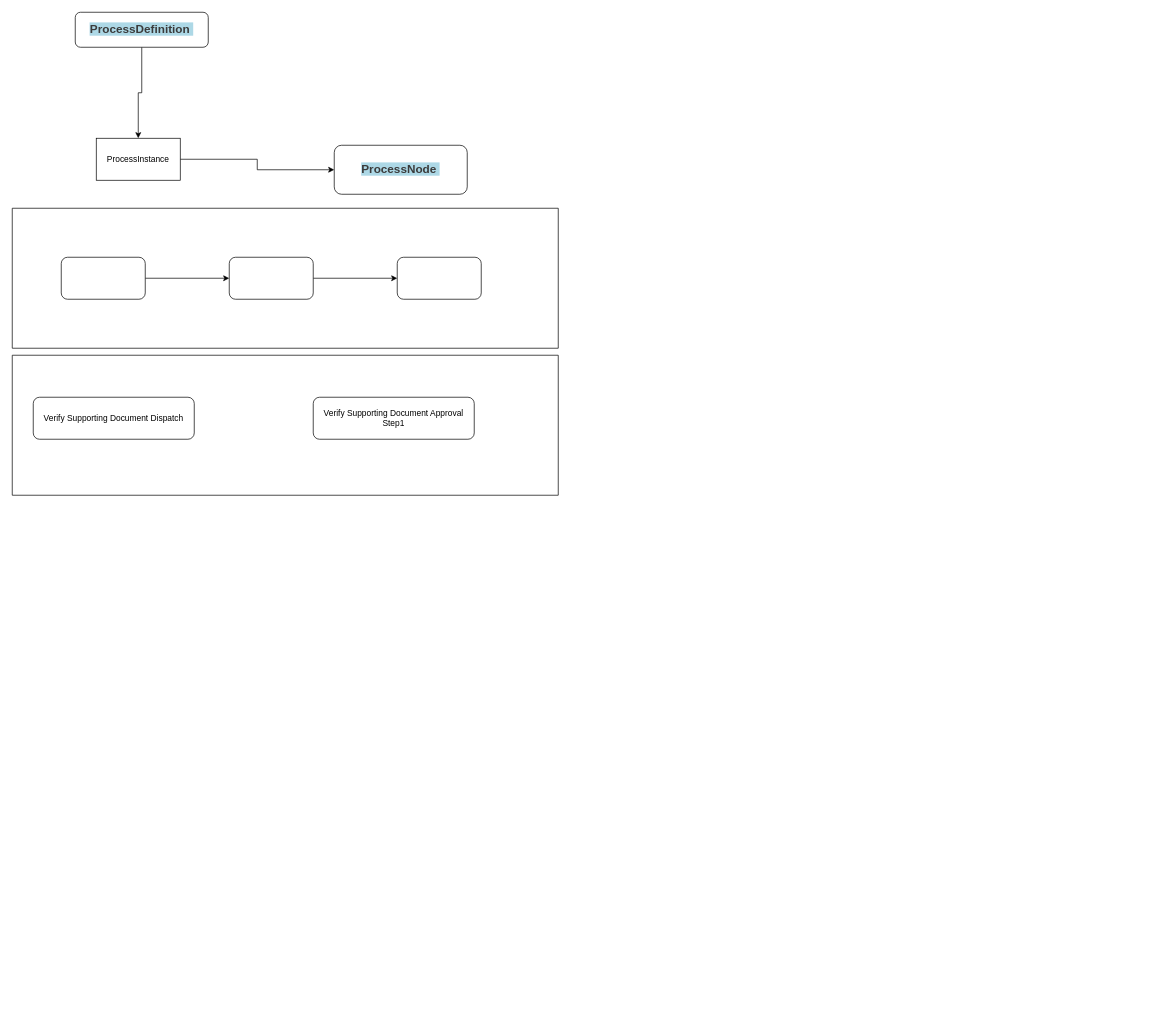
The draw.io diagram process.drawio in chenshengwei1/learning, before the edit. Source tidied: cells renumbered, new cells numbered last; positions are measured from the earlier drawing's top-left corner, leaving out a move shared by most shapes. Both pictures are drawn from the tidied source at 70%, with x=0, y=0 at pixel (12, 12).
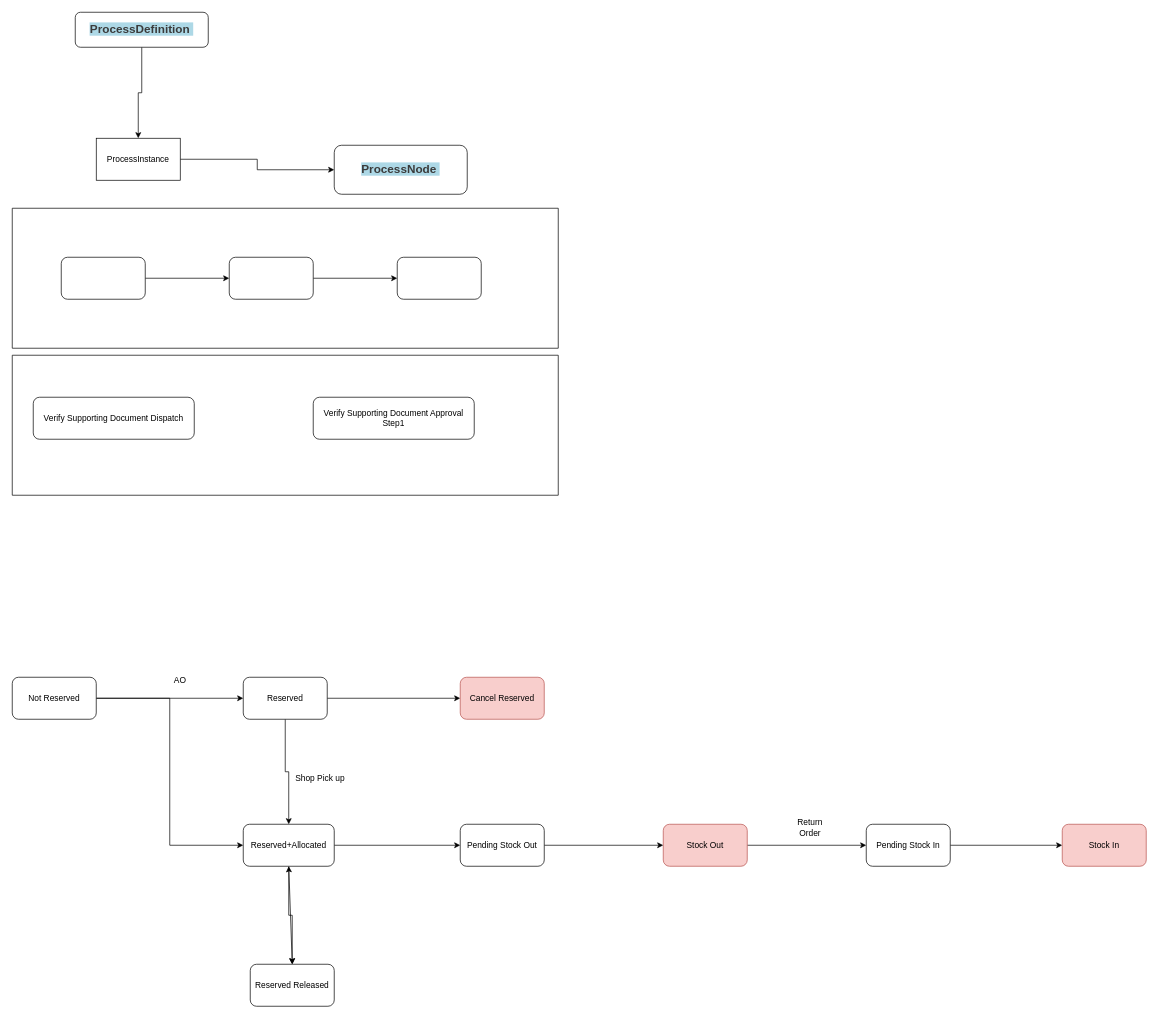
The same page after the edit.

Change to the diagram source:
```diff
@@
+    <mxCell id="16" style="edgeStyle=orthogonalEdgeStyle;rounded=0;jettySize=auto;html=1;" parent="1" edge="1" source="18" target="21">
+      <mxGeometry relative="1" as="geometry" />
+    </mxCell>
+    <mxCell id="17" style="edgeStyle=orthogonalEdgeStyle;rounded=0;jettySize=auto;html=1;entryX=0;entryY=0.5;entryDx=0;entryDy=0;" parent="1" edge="1" source="18" target="24">
+      <mxGeometry relative="1" as="geometry" />
+    </mxCell>
+    <mxCell id="18" value="Not Reserved" style="rounded=1;whiteSpace=wrap;html=1;" parent="1" vertex="1">
+      <mxGeometry y="950" width="120" height="60" as="geometry" />
+    </mxCell>
+    <mxCell id="19" style="edgeStyle=orthogonalEdgeStyle;rounded=0;jettySize=auto;html=1;entryX=0.5;entryY=0;entryDx=0;entryDy=0;" parent="1" edge="1" source="21" target="24">
+      <mxGeometry relative="1" as="geometry" />
+    </mxCell>
+    <mxCell id="20" style="edgeStyle=orthogonalEdgeStyle;rounded=0;jettySize=auto;html=1;entryX=0;entryY=0.5;entryDx=0;entryDy=0;" parent="1" edge="1" source="21" target="31">
+      <mxGeometry relative="1" as="geometry" />
+    </mxCell>
+    <mxCell id="21" value="Reserved" style="rounded=1;whiteSpace=wrap;html=1;" parent="1" vertex="1">
+      <mxGeometry x="330" y="950" width="120" height="60" as="geometry" />
+    </mxCell>
+    <mxCell id="22" style="edgeStyle=orthogonalEdgeStyle;rounded=0;jettySize=auto;html=1;entryX=0;entryY=0.5;entryDx=0;entryDy=0;" parent="1" edge="1" source="24" target="30">
+      <mxGeometry relative="1" as="geometry" />
+    </mxCell>
+    <mxCell id="23" style="edgeStyle=orthogonalEdgeStyle;rounded=0;jettySize=auto;html=1;entryX=0.5;entryY=0;entryDx=0;entryDy=0;" parent="1" edge="1" source="24" target="32">
+      <mxGeometry relative="1" as="geometry" />
+    </mxCell>
+    <mxCell id="24" value="Reserved+Allocated" style="rounded=1;whiteSpace=wrap;html=1;" parent="1" vertex="1">
+      <mxGeometry x="330" y="1160" width="130" height="60" as="geometry" />
+    </mxCell>
+    <mxCell id="25" value="Shop Pick up" style="text;html=1;align=center;verticalAlign=middle;whiteSpace=wrap;rounded=0;" parent="1" vertex="1">
+      <mxGeometry x="400" y="1080" width="80" height="30" as="geometry" />
+    </mxCell>
+    <mxCell id="26" value="AO" style="text;html=1;align=center;verticalAlign=middle;whiteSpace=wrap;rounded=0;" parent="1" vertex="1">
+      <mxGeometry x="210" y="940" width="60" height="30" as="geometry" />
+    </mxCell>
+    <mxCell id="27" style="edgeStyle=orthogonalEdgeStyle;rounded=0;jettySize=auto;html=1;entryX=0;entryY=0.5;entryDx=0;entryDy=0;" parent="1" edge="1" source="28" target="35">
+      <mxGeometry relative="1" as="geometry" />
+    </mxCell>
+    <mxCell id="28" value="Stock Out" style="rounded=1;whiteSpace=wrap;html=1;fillColor=#f8cecc;strokeColor=#b85450;" parent="1" vertex="1">
+      <mxGeometry x="930" y="1160" width="120" height="60" as="geometry" />
+    </mxCell>
+    <mxCell id="29" style="edgeStyle=orthogonalEdgeStyle;rounded=0;jettySize=auto;html=1;entryX=0;entryY=0.5;entryDx=0;entryDy=0;" parent="1" edge="1" source="30" target="28">
+      <mxGeometry relative="1" as="geometry" />
+    </mxCell>
+    <mxCell id="30" value="Pending Stock Out" style="rounded=1;whiteSpace=wrap;html=1;" parent="1" vertex="1">
+      <mxGeometry x="640" y="1160" width="120" height="60" as="geometry" />
+    </mxCell>
+    <mxCell id="31" value="Cancel Reserved" style="rounded=1;whiteSpace=wrap;html=1;fillColor=#f8cecc;strokeColor=#b85450;" parent="1" vertex="1">
+      <mxGeometry x="640" y="950" width="120" height="60" as="geometry" />
+    </mxCell>
+    <mxCell id="32" value="Reserved Released" style="rounded=1;whiteSpace=wrap;html=1;" parent="1" vertex="1">
+      <mxGeometry x="340" y="1360" width="120" height="60" as="geometry" />
+    </mxCell>
+    <mxCell id="33" style="endArrow=classic;startArrow=classic;html=1;rounded=0;exitX=0.5;exitY=0;exitDx=0;exitDy=0;entryX=0.5;entryY=1;entryDx=0;entryDy=0;" parent="1" edge="1" source="32" target="24">
+      <mxGeometry relative="1" as="geometry" />
+    </mxCell>
+    <mxCell id="34" style="edgeStyle=orthogonalEdgeStyle;rounded=0;jettySize=auto;html=1;" parent="1" edge="1" source="35" target="36">
+      <mxGeometry relative="1" as="geometry" />
+    </mxCell>
+    <mxCell id="35" value="Pending Stock In" style="rounded=1;whiteSpace=wrap;html=1;" parent="1" vertex="1">
+      <mxGeometry x="1220" y="1160" width="120" height="60" as="geometry" />
+    </mxCell>
+    <mxCell id="36" value="Stock In" style="rounded=1;whiteSpace=wrap;html=1;fillColor=#f8cecc;strokeColor=#b85450;" parent="1" vertex="1">
+      <mxGeometry x="1500" y="1160" width="120" height="60" as="geometry" />
+    </mxCell>
+    <mxCell id="37" value="Return Order" style="text;html=1;align=center;verticalAlign=middle;whiteSpace=wrap;rounded=0;" parent="1" vertex="1">
+      <mxGeometry x="1110" y="1150" width="60" height="30" as="geometry" />
+    </mxCell>
```
